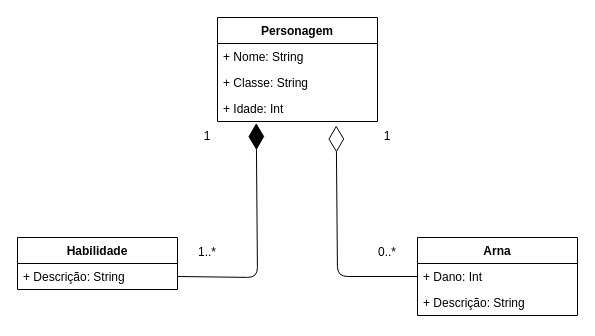
This is uml.drawio from ArthurOpenheimer/CharacterManager, a draw.io file, before an edit. Source tidied: cells renumbered, new cells numbered last; positions are measured from the earlier drawing's top-left corner, leaving out a move shared by most shapes. Both pictures are drawn from the tidied source at 100%, with x=0, y=0 at pixel (17, 17).
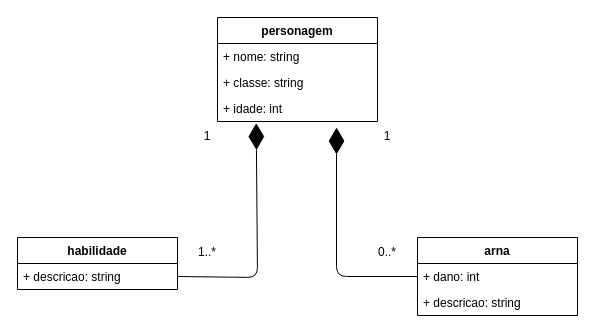
After the change.

What changed in the source:
```diff
@@
 <mxGraphModel>
   <root>
     <mxCell id="0" />
     <mxCell id="1" parent="0" />
-    <mxCell id="2" value="Personagem" style="swimlane;fontStyle=1;align=center;verticalAlign=top;horizontal=1;startSize=26;" parent="1" vertex="1">
+    <mxCell id="2" value="personagem" style="swimlane;fontStyle=1;align=center;verticalAlign=top;horizontal=1;startSize=26;" parent="1" vertex="1">
       <mxGeometry x="200" width="160" height="104" as="geometry" />
     </mxCell>
-    <mxCell id="3" value="+ Nome: String" style="text;strokeColor=none;fillColor=none;align=left;verticalAlign=top;spacingLeft=4;spacingRight=4;overflow=hidden;" parent="2" vertex="1">
+    <mxCell id="3" value="+ nome: string" style="text;strokeColor=none;fillColor=none;align=left;verticalAlign=top;spacingLeft=4;spacingRight=4;overflow=hidden;" parent="2" vertex="1">
       <mxGeometry y="26" width="160" height="26" as="geometry" />
     </mxCell>
-    <mxCell id="4" value="+ Classe: String" style="text;strokeColor=none;fillColor=none;align=left;verticalAlign=top;spacingLeft=4;spacingRight=4;overflow=hidden;" parent="2" vertex="1">
+    <mxCell id="4" value="+ classe: string" style="text;strokeColor=none;fillColor=none;align=left;verticalAlign=top;spacingLeft=4;spacingRight=4;overflow=hidden;" parent="2" vertex="1">
       <mxGeometry y="52" width="160" height="26" as="geometry" />
     </mxCell>
-    <mxCell id="5" value="+ Idade: Int" style="text;strokeColor=none;fillColor=none;align=left;verticalAlign=top;spacingLeft=4;spacingRight=4;overflow=hidden;points=[[0,0.5],[1,0.5]];portConstraint=eastwest;" parent="2" vertex="1">
+    <mxCell id="5" value="+ idade: int" style="text;strokeColor=none;fillColor=none;align=left;verticalAlign=top;spacingLeft=4;spacingRight=4;overflow=hidden;points=[[0,0.5],[1,0.5]];portConstraint=eastwest;" parent="2" vertex="1">
       <mxGeometry y="78" width="160" height="26" as="geometry" />
     </mxCell>
-    <mxCell id="6" value="Arna" style="swimlane;fontStyle=1;align=center;verticalAlign=top;horizontal=1;startSize=26;" parent="1" vertex="1">
+    <mxCell id="6" value="arna" style="swimlane;fontStyle=1;align=center;verticalAlign=top;horizontal=1;startSize=26;" parent="1" vertex="1">
       <mxGeometry x="400" y="220" width="160" height="78" as="geometry" />
     </mxCell>
-    <mxCell id="7" value="+ Dano: Int" style="text;strokeColor=none;fillColor=none;align=left;verticalAlign=top;spacingLeft=4;spacingRight=4;overflow=hidden;points=[[0,0.5],[1,0.5]];portConstraint=eastwest;" parent="6" vertex="1">
+    <mxCell id="7" value="+ dano: int" style="text;strokeColor=none;fillColor=none;align=left;verticalAlign=top;spacingLeft=4;spacingRight=4;overflow=hidden;points=[[0,0.5],[1,0.5]];portConstraint=eastwest;" parent="6" vertex="1">
       <mxGeometry y="26" width="160" height="26" as="geometry" />
     </mxCell>
-    <mxCell id="8" value="+ Descrição: String" style="text;strokeColor=none;fillColor=none;align=left;verticalAlign=top;spacingLeft=4;spacingRight=4;overflow=hidden;" parent="6" vertex="1">
+    <mxCell id="8" value="+ descricao: string" style="text;strokeColor=none;fillColor=none;align=left;verticalAlign=top;spacingLeft=4;spacingRight=4;overflow=hidden;" parent="6" vertex="1">
       <mxGeometry y="52" width="160" height="26" as="geometry" />
     </mxCell>
-    <mxCell id="9" value="Habilidade" style="swimlane;fontStyle=1;align=center;verticalAlign=top;horizontal=1;startSize=26;" parent="1" vertex="1">
+    <mxCell id="9" value="habilidade" style="swimlane;fontStyle=1;align=center;verticalAlign=top;horizontal=1;startSize=26;" parent="1" vertex="1">
       <mxGeometry y="220" width="160" height="52" as="geometry" />
     </mxCell>
-    <mxCell id="10" value="+ Descrição: String" style="text;strokeColor=none;fillColor=none;align=left;verticalAlign=top;spacingLeft=4;spacingRight=4;overflow=hidden;points=[[0,0.5],[1,0.5]];portConstraint=eastwest;" parent="9" vertex="1">
+    <mxCell id="10" value="+ descricao: string" style="text;strokeColor=none;fillColor=none;align=left;verticalAlign=top;spacingLeft=4;spacingRight=4;overflow=hidden;points=[[0,0.5],[1,0.5]];portConstraint=eastwest;" parent="9" vertex="1">
       <mxGeometry y="26" width="160" height="26" as="geometry" />
     </mxCell>
-    <mxCell id="11" style="endArrow=diamondThin;endFill=0;endSize=24;html=1;exitX=0;exitY=0.5;exitDx=0;exitDy=0;entryX=0.742;entryY=1.154;entryDx=0;entryDy=0;entryPerimeter=0;" parent="1" edge="1" source="7" target="5">
-      <mxGeometry relative="1" as="geometry">
-        <Array as="points">
-          <mxPoint x="320" y="259" />
-        </Array>
-      </mxGeometry>
-    </mxCell>
     <mxCell id="12" style="endArrow=diamondThin;endFill=1;endSize=24;html=1;exitX=1;exitY=0.5;exitDx=0;exitDy=0;entryX=0.242;entryY=1.062;entryDx=0;entryDy=0;entryPerimeter=0;" parent="1" edge="1" source="10" target="5">
       <mxGeometry relative="1" as="geometry">
         <Array as="points">
           <mxPoint x="240" y="260" />
         </Array>
       </mxGeometry>
     </mxCell>
     <mxCell id="13" value="1" style="text;html=1;strokeColor=none;fillColor=none;align=center;verticalAlign=middle;whiteSpace=wrap;rounded=0;" parent="1" vertex="1">
       <mxGeometry x="340" y="104" width="60" height="30" as="geometry" />
     </mxCell>
     <mxCell id="14" value="0..*" style="text;html=1;strokeColor=none;fillColor=none;align=center;verticalAlign=middle;whiteSpace=wrap;rounded=0;" parent="1" vertex="1">
       <mxGeometry x="340" y="220" width="60" height="30" as="geometry" />
     </mxCell>
     <mxCell id="15" value="1" style="text;html=1;strokeColor=none;fillColor=none;align=center;verticalAlign=middle;whiteSpace=wrap;rounded=0;" parent="1" vertex="1">
       <mxGeometry x="160" y="104" width="60" height="30" as="geometry" />
     </mxCell>
     <mxCell id="16" value="1..*" style="text;html=1;strokeColor=none;fillColor=none;align=center;verticalAlign=middle;whiteSpace=wrap;rounded=0;" parent="1" vertex="1">
       <mxGeometry x="160" y="220" width="60" height="30" as="geometry" />
     </mxCell>
+    <mxCell id="11" style="endArrow=diamondThin;endFill=1;endSize=24;html=1;exitX=0;exitY=0.5;exitDx=0;exitDy=0;entryX=0.744;entryY=1.231;entryDx=0;entryDy=0;entryPerimeter=0;" parent="1" edge="1" source="7" target="5">
+      <mxGeometry relative="1" as="geometry">
+        <Array as="points">
+          <mxPoint x="319" y="259" />
+        </Array>
+      </mxGeometry>
+    </mxCell>
   </root>
 </mxGraphModel>
```
